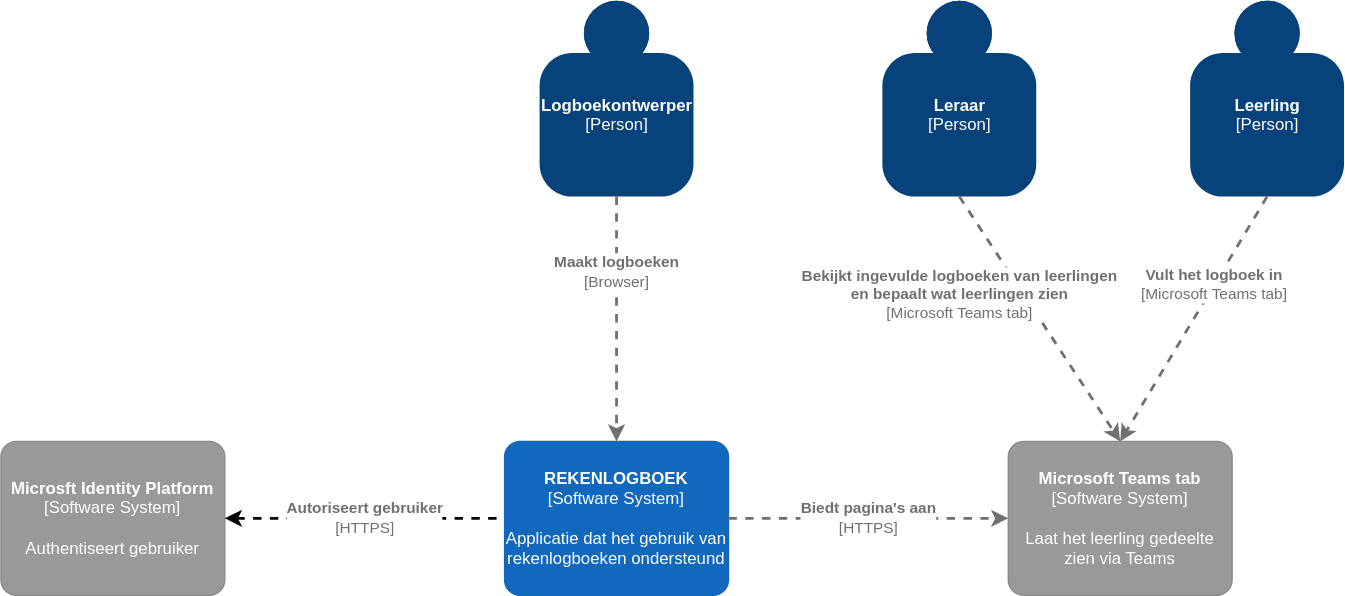
The draw.io diagram docs/software-guidebook/c4-model/systeem-context.svg in Rowan-Paul/HANAIM-DWA-Rekenlogboek, before a commit. Source tidied: cells renumbered, new cells last; positions are measured from the earlier drawing's top-left corner, leaving out a move shared by most shapes.
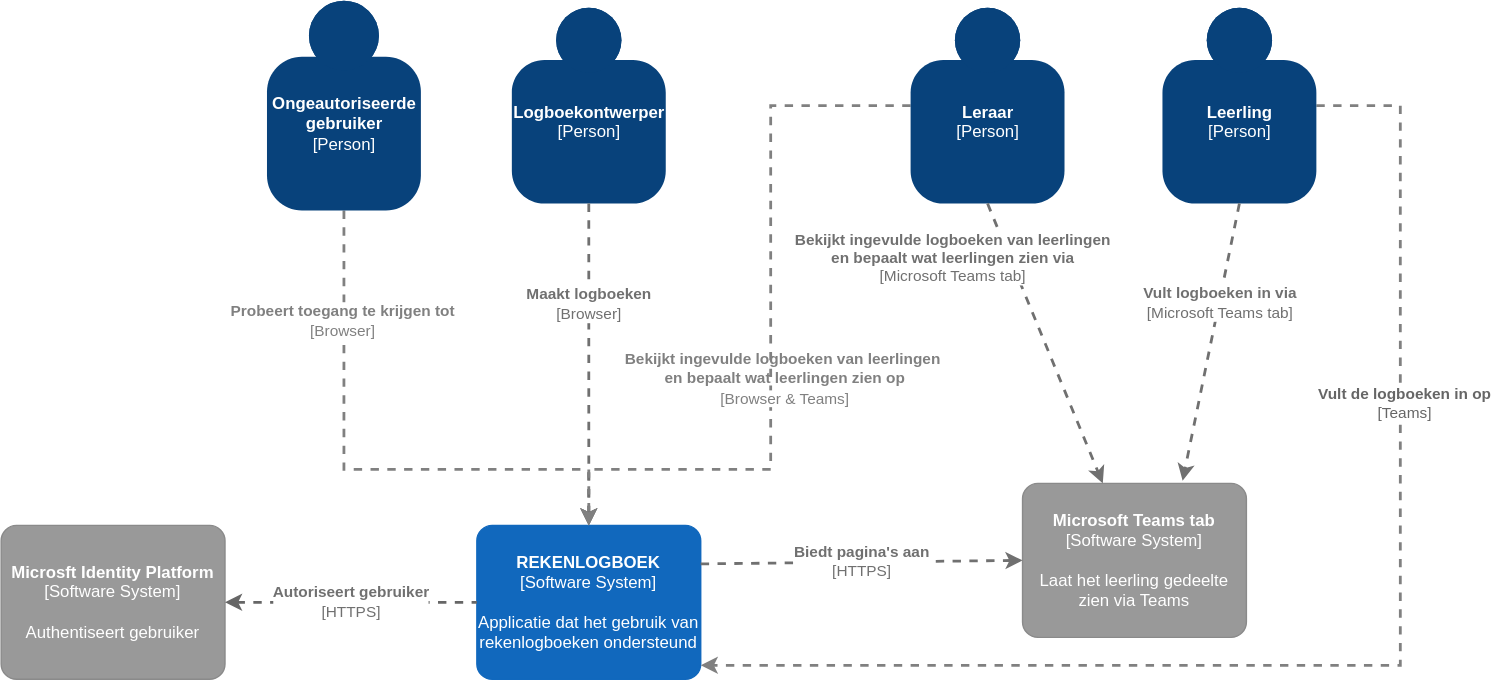
After the change.

Diff of the diagram source:
```diff
@@ -4,48 +4,66 @@
     <mxCell id="1" parent="0" />
     <object id="2" label="&lt;b&gt;%c4Name%&lt;/b&gt;&lt;div&gt;[%c4Type%]&lt;/div&gt;&lt;br&gt;&lt;div&gt;%c4Description%&lt;/div&gt;" c4Description="Applicatie dat het gebruik van rekenlogboeken ondersteund" c4Name="REKENLOGBOEK" c4Type="Software System" placeholders="1">
       <mxCell style="rounded=1;whiteSpace=wrap;html=1;labelBackgroundColor=none;fillColor=#1168BD;fontColor=#ffffff;align=center;arcSize=10;strokeColor=#1168BD;metaData={&quot;c4Type&quot;:{&quot;editable&quot;:false}};points=[[0.25,0,0],[0.5,0,0],[0.75,0,0],[1,0.25,0],[1,0.5,0],[1,0.75,0],[0.75,1,0],[0.5,1,0],[0.25,1,0],[0,0.75,0],[0,0.5,0],[0,0.25,0]];" parent="1" vertex="1">
-        <mxGeometry x="360" y="315" width="160" height="110" as="geometry" />
+        <mxGeometry x="360" y="370" width="160" height="110" as="geometry" />
       </mxCell>
     </object>
+    <mxCell id="13" style="edgeStyle=orthogonalEdgeStyle;rounded=0;jettySize=auto;html=1;dashed=1;strokeColor=#808080;strokeWidth=2;" parent="1" edge="1" source="3" target="2">
+      <mxGeometry relative="1" as="geometry">
+        <Array as="points">
+          <mxPoint x="570" y="70" />
+          <mxPoint x="570" y="330" />
+          <mxPoint x="440" y="330" />
+        </Array>
+      </mxGeometry>
+    </mxCell>
     <object id="3" label="&lt;b&gt;%c4Name%&lt;/b&gt;&lt;div&gt;[%c4Type%]&lt;/div&gt;&lt;br&gt;&lt;div&gt;%c4Description%&lt;/div&gt;" c4Description="" c4Name="Leraar" c4Type="Person" placeholders="1">
       <mxCell style="html=1;dashed=0;whitespace=wrap;fillColor=#08427b;strokeColor=none;fontColor=#ffffff;shape=mxgraph.c4.person;align=center;points=[[0.5,0,0],[1,0.5,0],[1,0.75,0],[0.75,1,0],[0.5,1,0],[0.25,1,0],[0,0.75,0],[0,0.5,0]];metaData={&quot;c4Type&quot;:{&quot;editable&quot;:false}};" parent="1" vertex="1">
-        <mxGeometry x="630" width="110" height="140" as="geometry" />
+        <mxGeometry x="670" width="110" height="140" as="geometry" />
       </mxCell>
     </object>
+    <mxCell id="14" style="edgeStyle=orthogonalEdgeStyle;rounded=0;jettySize=auto;html=1;dashed=1;strokeColor=#808080;strokeWidth=2;" parent="1" edge="1" source="4" target="2">
+      <mxGeometry relative="1" as="geometry">
+        <Array as="points">
+          <mxPoint x="1020" y="70" />
+          <mxPoint x="1020" y="470" />
+        </Array>
+      </mxGeometry>
+    </mxCell>
+    <mxCell id="15" value="&lt;b style=&quot;color: rgb(102 , 102 , 102)&quot;&gt;Vult de logboeken in op&lt;/b&gt;&lt;br style=&quot;color: rgb(102 , 102 , 102)&quot;&gt;&lt;span style=&quot;color: rgb(102 , 102 , 102)&quot;&gt;[Teams]&lt;/span&gt;" style="edgeLabel;html=1;align=center;verticalAlign=middle;" parent="14" vertex="1">
+      <mxGeometry x="-0.43" y="2" relative="1" as="geometry" />
+    </mxCell>
     <object id="4" label="&lt;b&gt;%c4Name%&lt;/b&gt;&lt;div&gt;[%c4Type%]&lt;/div&gt;&lt;br&gt;&lt;div&gt;%c4Description%&lt;/div&gt;" c4Description="" c4Name="Leerling" c4Type="Person" placeholders="1">
       <mxCell style="html=1;dashed=0;whitespace=wrap;fillColor=#08427b;strokeColor=none;fontColor=#ffffff;shape=mxgraph.c4.person;align=center;points=[[0.5,0,0],[1,0.5,0],[1,0.75,0],[0.75,1,0],[0.5,1,0],[0.25,1,0],[0,0.75,0],[0,0.5,0]];metaData={&quot;c4Type&quot;:{&quot;editable&quot;:false}};" parent="1" vertex="1">
         <mxGeometry x="850" width="110" height="140" as="geometry" />
       </mxCell>
     </object>
-    <object id="5" label="&lt;div style=&quot;text-align: left&quot;&gt;&lt;div style=&quot;text-align: center&quot;&gt;&lt;b&gt;%c4Description%&lt;/b&gt;&lt;/div&gt;&lt;div style=&quot;text-align: center&quot;&gt;[%c4Technology%]&lt;/div&gt;&lt;/div&gt;" c4Description="Vult het logboek in" c4Technology="Microsoft Teams tab" c4Type="Relationship" placeholders="1">
-      <mxCell style="edgeStyle=none;rounded=0;html=1;entryX=0.5;entryY=0;jettySize=auto;strokeColor=#707070;strokeWidth=2;fontColor=#707070;jumpStyle=none;dashed=1;metaData={&quot;c4Type&quot;:{&quot;editable&quot;:false}};exitX=0.5;exitY=1;exitDx=0;exitDy=0;exitPerimeter=0;entryDx=0;entryDy=0;entryPerimeter=0;" parent="1" edge="1" source="4" target="7">
+    <object id="5" label="&lt;div style=&quot;text-align: left&quot;&gt;&lt;div style=&quot;text-align: center&quot;&gt;&lt;b&gt;%c4Description%&lt;/b&gt;&lt;/div&gt;&lt;div style=&quot;text-align: center&quot;&gt;[%c4Technology%]&lt;/div&gt;&lt;/div&gt;" c4Description="Vult logboeken in via" c4Technology="Microsoft Teams tab" c4Type="Relationship" placeholders="1">
+      <mxCell style="edgeStyle=none;rounded=0;html=1;entryX=0.715;entryY=-0.017;jettySize=auto;strokeColor=#707070;strokeWidth=2;fontColor=#707070;jumpStyle=none;dashed=1;metaData={&quot;c4Type&quot;:{&quot;editable&quot;:false}};exitX=0.5;exitY=1;exitDx=0;exitDy=0;exitPerimeter=0;entryDx=0;entryDy=0;entryPerimeter=0;" parent="1" edge="1" source="4" target="7">
         <mxGeometry x="-0.29" relative="1" as="geometry" />
       </mxCell>
     </object>
-    <object id="6" label="&lt;div style=&quot;text-align: left&quot;&gt;&lt;div style=&quot;text-align: center&quot;&gt;&lt;b&gt;%c4Description%&lt;/b&gt;&lt;/div&gt;&lt;div style=&quot;text-align: center&quot;&gt;[%c4Technology%]&lt;/div&gt;&lt;/div&gt;" c4Description="Bekijkt ingevulde logboeken van leerlingen &#10;en bepaalt wat leerlingen zien" c4Technology="Microsoft Teams tab" c4Type="Relationship" placeholders="1">
-      <mxCell style="edgeStyle=none;rounded=0;html=1;jettySize=auto;strokeColor=#707070;strokeWidth=2;fontColor=#707070;jumpStyle=none;dashed=1;metaData={&quot;c4Type&quot;:{&quot;editable&quot;:false}};exitX=0.5;exitY=1;exitDx=0;exitDy=0;exitPerimeter=0;entryX=0.5;entryY=0;entryDx=0;entryDy=0;entryPerimeter=0;" parent="1" edge="1" source="3" target="7">
-        <mxGeometry x="-0.44" y="-38" relative="1" as="geometry">
-          <mxPoint y="1" as="offset" />
-        </mxGeometry>
+    <object id="6" label="&lt;div style=&quot;text-align: left&quot;&gt;&lt;div style=&quot;text-align: center&quot;&gt;&lt;b&gt;%c4Description%&lt;/b&gt;&lt;/div&gt;&lt;div style=&quot;text-align: center&quot;&gt;[%c4Technology%]&lt;/div&gt;&lt;/div&gt;" c4Description="Bekijkt ingevulde logboeken van leerlingen &#10;en bepaalt wat leerlingen zien via" c4Technology="Microsoft Teams tab" c4Type="Relationship" placeholders="1">
+      <mxCell style="edgeStyle=none;rounded=0;html=1;jettySize=auto;strokeColor=#707070;strokeWidth=2;fontColor=#707070;jumpStyle=none;dashed=1;metaData={&quot;c4Type&quot;:{&quot;editable&quot;:false}};exitX=0.5;exitY=1;exitDx=0;exitDy=0;exitPerimeter=0;" parent="1" edge="1" source="3" target="7">
+        <mxGeometry x="-0.75" y="-38" relative="1" as="geometry" />
       </mxCell>
     </object>
     <object id="7" label="&lt;b&gt;%c4Name%&lt;/b&gt;&lt;div&gt;[%c4Type%]&lt;/div&gt;&lt;br&gt;&lt;div&gt;%c4Description%&lt;/div&gt;" c4Description="Laat het leerling gedeelte zien via Teams" c4Name="Microsoft Teams tab" c4Type="Software System" placeholders="1">
       <mxCell style="rounded=1;whiteSpace=wrap;html=1;labelBackgroundColor=none;fillColor=#999999;fontColor=#ffffff;align=center;arcSize=10;strokeColor=#8A8A8A;metaData={&quot;c4Type&quot;:{&quot;editable&quot;:false}};points=[[0.25,0,0],[0.5,0,0],[0.75,0,0],[1,0.25,0],[1,0.5,0],[1,0.75,0],[0.75,1,0],[0.5,1,0],[0.25,1,0],[0,0.75,0],[0,0.5,0],[0,0.25,0]];" parent="1" vertex="1">
-        <mxGeometry x="720" y="315" width="160" height="110" as="geometry" />
+        <mxGeometry x="750" y="340" width="160" height="110" as="geometry" />
       </mxCell>
     </object>
     <object id="8" label="&lt;div style=&quot;text-align: left&quot;&gt;&lt;div style=&quot;text-align: center&quot;&gt;&lt;b&gt;%c4Description%&lt;/b&gt;&lt;/div&gt;&lt;div style=&quot;text-align: center&quot;&gt;[%c4Technology%]&lt;/div&gt;&lt;/div&gt;" c4Description="Biedt pagina's aan" c4Technology="HTTPS" c4Type="Relationship" placeholders="1">
-      <mxCell style="edgeStyle=none;rounded=0;html=1;entryX=0;entryY=0.5;jettySize=auto;strokeColor=#707070;strokeWidth=2;fontColor=#707070;jumpStyle=none;dashed=1;metaData={&quot;c4Type&quot;:{&quot;editable&quot;:false}};exitX=1;exitY=0.5;exitDx=0;exitDy=0;exitPerimeter=0;entryDx=0;entryDy=0;entryPerimeter=0;" parent="1" edge="1" source="2" target="7">
+      <mxCell style="edgeStyle=none;rounded=0;html=1;entryX=0;entryY=0.5;jettySize=auto;strokeColor=#707070;strokeWidth=2;fontColor=#707070;jumpStyle=none;dashed=1;metaData={&quot;c4Type&quot;:{&quot;editable&quot;:false}};exitX=1;exitY=0.25;exitDx=0;exitDy=0;exitPerimeter=0;entryDx=0;entryDy=0;entryPerimeter=0;" parent="1" edge="1" source="2" target="7">
         <mxGeometry relative="1" as="geometry" />
       </mxCell>
     </object>
     <object id="9" label="&lt;b&gt;%c4Name%&lt;/b&gt;&lt;div&gt;[%c4Type%]&lt;/div&gt;&lt;br&gt;&lt;div&gt;%c4Description%&lt;/div&gt;" c4Description="Authentiseert gebruiker" c4Name="Microsft Identity Platform" c4Type="Software System" placeholders="1">
       <mxCell style="rounded=1;whiteSpace=wrap;html=1;labelBackgroundColor=none;fillColor=#999999;fontColor=#ffffff;align=center;arcSize=10;strokeColor=#8A8A8A;metaData={&quot;c4Type&quot;:{&quot;editable&quot;:false}};points=[[0.25,0,0],[0.5,0,0],[0.75,0,0],[1,0.25,0],[1,0.5,0],[1,0.75,0],[0.75,1,0],[0.5,1,0],[0.25,1,0],[0,0.75,0],[0,0.5,0],[0,0.25,0]];" parent="1" vertex="1">
-        <mxGeometry y="315" width="160" height="110" as="geometry" />
+        <mxGeometry x="20" y="370" width="160" height="110" as="geometry" />
       </mxCell>
     </object>
     <object id="10" label="&lt;div style=&quot;text-align: left&quot;&gt;&lt;div style=&quot;text-align: center&quot;&gt;&lt;b&gt;%c4Description%&lt;/b&gt;&lt;/div&gt;&lt;div style=&quot;text-align: center&quot;&gt;[%c4Technology%]&lt;/div&gt;&lt;/div&gt;" c4Description="Autoriseert gebruiker" c4Technology="HTTPS" c4Type="Relationship" placeholders="1">
-      <mxCell style="edgeStyle=none;rounded=0;html=1;entryX=0;entryY=0.5;jettySize=auto;strokeWidth=2;fontColor=#707070;jumpStyle=none;dashed=1;metaData={&quot;c4Type&quot;:{&quot;editable&quot;:false}};exitX=1;exitY=0.5;exitDx=0;exitDy=0;exitPerimeter=0;entryDx=0;entryDy=0;entryPerimeter=0;startArrow=classic;startFill=1;endArrow=none;endFill=0;" parent="1" edge="1" source="9" target="2">
+      <mxCell style="edgeStyle=none;rounded=0;html=1;entryX=0;entryY=0.5;jettySize=auto;strokeWidth=2;fontColor=#707070;jumpStyle=none;dashed=1;metaData={&quot;c4Type&quot;:{&quot;editable&quot;:false}};exitX=1;exitY=0.5;exitDx=0;exitDy=0;exitPerimeter=0;entryDx=0;entryDy=0;entryPerimeter=0;startArrow=classic;startFill=1;endArrow=none;endFill=0;strokeColor=#666666;" parent="1" edge="1" source="9" target="2">
         <mxGeometry relative="1" as="geometry" />
       </mxCell>
     </object>
@@ -59,5 +77,23 @@
         <mxGeometry x="-0.38" relative="1" as="geometry" />
       </mxCell>
     </object>
+    <mxCell id="16" style="edgeStyle=orthogonalEdgeStyle;rounded=0;jettySize=auto;html=1;dashed=1;strokeWidth=2;strokeColor=#808080;" parent="1" edge="1" source="18" target="2">
+      <mxGeometry relative="1" as="geometry">
+        <Array as="points">
+          <mxPoint x="265" y="330" />
+        </Array>
+      </mxGeometry>
+    </mxCell>
+    <mxCell id="17" value="&lt;b&gt;&lt;span style=&quot;color: rgb(128 , 128 , 128)&quot;&gt;Probeert toegang te krijgen tot&lt;/span&gt;&lt;br style=&quot;color: rgb(128 , 128 , 128)&quot;&gt;&lt;/b&gt;&lt;span style=&quot;color: rgb(128 , 128 , 128)&quot;&gt;[Browser]&lt;/span&gt;" style="edgeLabel;html=1;align=center;verticalAlign=middle;" parent="16" vertex="1">
+      <mxGeometry x="-0.61" y="-2" relative="1" as="geometry" />
+    </mxCell>
+    <object id="18" label="&lt;b&gt;%c4Name%&lt;/b&gt;&lt;div&gt;[%c4Type%]&lt;/div&gt;&lt;br&gt;&lt;div&gt;%c4Description%&lt;/div&gt;" c4Description="" c4Name="Ongeautoriseerde&#10;gebruiker" c4Type="Person" placeholders="1">
+      <mxCell style="html=1;dashed=0;whitespace=wrap;fillColor=#08427b;strokeColor=none;fontColor=#ffffff;shape=mxgraph.c4.person;align=center;points=[[0.5,0,0],[1,0.5,0],[1,0.75,0],[0.75,1,0],[0.5,1,0],[0.25,1,0],[0,0.75,0],[0,0.5,0]];metaData={&quot;c4Type&quot;:{&quot;editable&quot;:false}};" parent="1" vertex="1">
+        <mxGeometry x="210" y="-5" width="110" height="150" as="geometry" />
+      </mxCell>
+    </object>
+    <mxCell id="19" value="&lt;b style=&quot;color: rgb(128 , 128 , 128) ; font-size: 11px&quot;&gt;Bekijkt ingevulde logboeken van leerlingen&amp;nbsp;&lt;br&gt;en bepaalt wat leerlingen zien op&lt;/b&gt;&lt;br style=&quot;color: rgb(128 , 128 , 128) ; font-size: 11px&quot;&gt;&lt;span style=&quot;color: rgb(128 , 128 , 128) ; font-size: 11px ; background-color: rgb(255 , 255 , 255)&quot;&gt;[Browser &amp;amp; Teams]&lt;/span&gt;" style="text;html=1;align=center;verticalAlign=middle;" parent="1" vertex="1">
+      <mxGeometry x="460" y="240" width="240" height="50" as="geometry" />
+    </mxCell>
   </root>
 </mxGraphModel>
```
